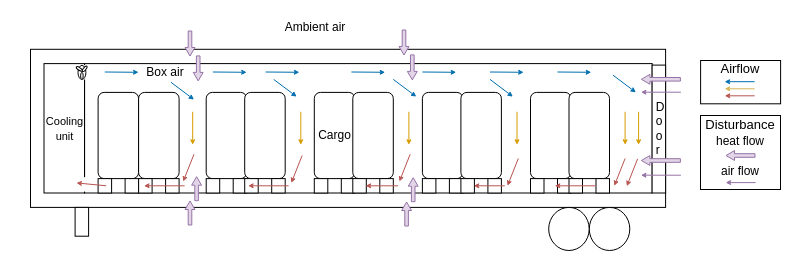
The draw.io diagram Graphics/Trailer_airflow.drawio in kasperlaustsen/CA8_Writings, before the edit. Source tidied: cells renumbered, new cells numbered last; positions are measured from the earlier drawing's top-left corner, leaving out a move shared by most shapes. Both pictures are drawn from the tidied source at 100%, with x=0, y=0 at pixel (30, 17).
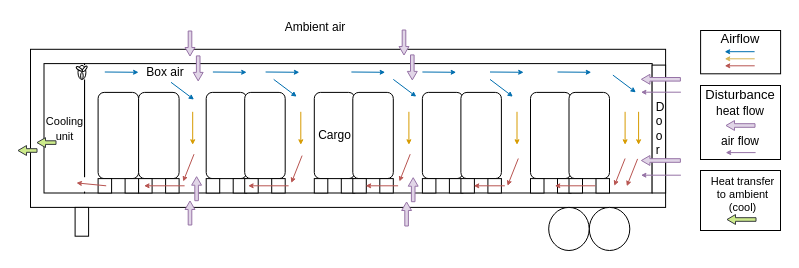
After the change.

Commit message:
Update Trailer_airflow.drawio, add arrows for heat to ambient

Diff of the diagram source:
```diff
@@
+    <mxCell id="114" style="rounded=0;whiteSpace=wrap;html=1;fontSize=13;" parent="1" vertex="1">
+      <mxGeometry x="670" y="153" width="80" height="60" as="geometry" />
+    </mxCell>
@@
     <mxCell id="98" style="group;" parent="1" vertex="1">
-      <mxGeometry x="670.1" y="43" width="80" height="43.3" as="geometry" />
+      <mxGeometry x="670.1" y="13" width="80" height="43.3" as="geometry" />
     </mxCell>
@@
     <mxCell id="107" style="group;" parent="1" vertex="1">
-      <mxGeometry x="670" y="98" width="80.1" height="74" as="geometry" />
+      <mxGeometry x="670" y="68" width="80.1" height="74" as="geometry" />
     </mxCell>
@@
+    <mxCell id="115" style="endArrow=classic;html=1;rounded=0;fillColor=#cdeb8b;strokeColor=#36393d;shape=flexArrow;width=3.6;endSize=2.5027932960893855;endWidth=5.29608938547486;" parent="1" edge="1">
+      <mxGeometry relative="1" as="geometry">
+        <mxPoint x="726" y="202" as="sourcePoint" />
+        <mxPoint x="696" y="202" as="targetPoint" />
+      </mxGeometry>
+    </mxCell>
+    <mxCell id="116" value="Heat transfer &lt;br&gt;to ambient &lt;br&gt;(cool)" style="edgeLabel;html=1;align=center;verticalAlign=middle;" parent="115" vertex="1">
+      <mxGeometry x="-0.38" y="1" relative="1" as="geometry">
+        <mxPoint x="-6" y="-27" as="offset" />
+      </mxGeometry>
+    </mxCell>
+    <mxCell id="117" style="endArrow=classic;html=1;rounded=0;fillColor=#cdeb8b;strokeColor=#36393d;shape=flexArrow;width=3.6;endSize=2.5027932960893855;endWidth=5.29608938547486;" parent="1" edge="1">
+      <mxGeometry relative="1" as="geometry">
+        <mxPoint x="7" y="133" as="sourcePoint" />
+        <mxPoint x="-13" y="133" as="targetPoint" />
+        <Array as="points">
+          <mxPoint x="7" y="133" />
+        </Array>
+      </mxGeometry>
+    </mxCell>
+    <mxCell id="118" style="endArrow=classic;html=1;rounded=0;fillColor=#cdeb8b;strokeColor=#36393d;shape=flexArrow;width=3.6;endSize=2.5027932960893855;endWidth=5.29608938547486;" parent="1" edge="1">
+      <mxGeometry relative="1" as="geometry">
+        <mxPoint x="26" y="125.1" as="sourcePoint" />
+        <mxPoint x="6" y="125.1" as="targetPoint" />
+        <Array as="points">
+          <mxPoint x="26" y="125.1" />
+        </Array>
+      </mxGeometry>
+    </mxCell>
```
